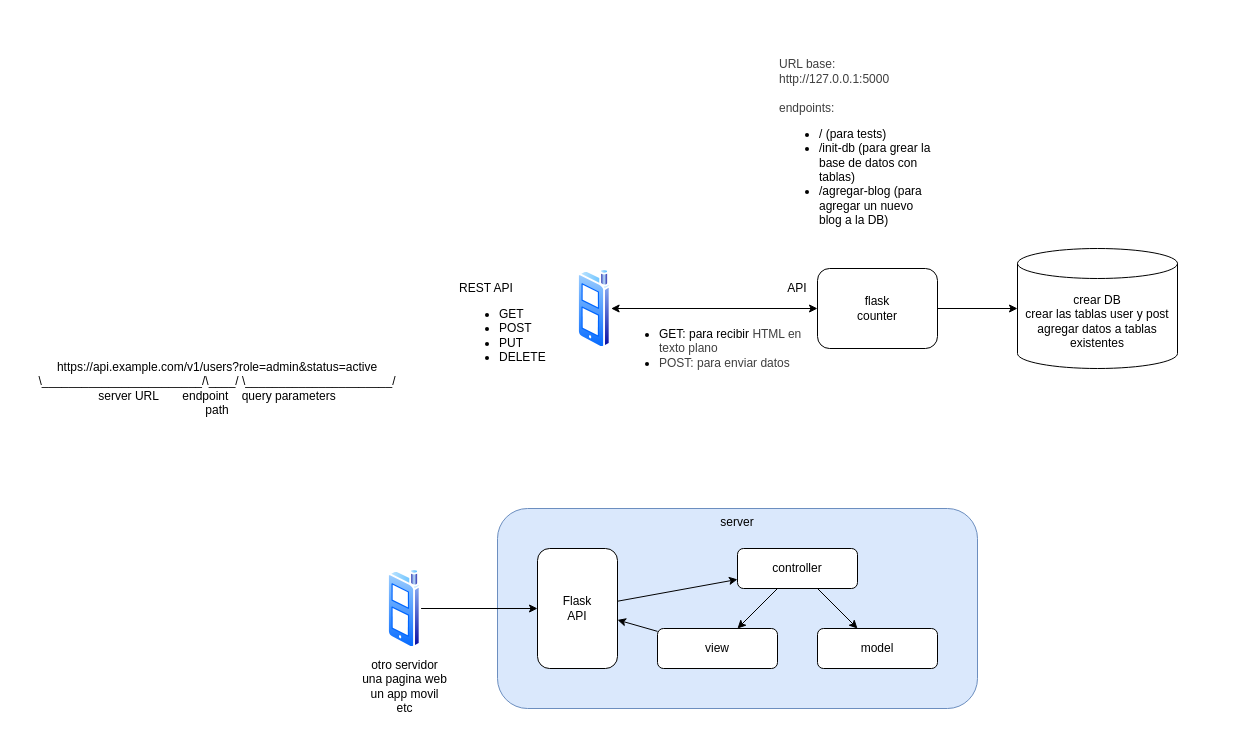
The draw.io diagram diagram.dio in josueelias9/cibertec-clase, before the edit. Source tidied: cells renumbered, new cells numbered last; positions are measured from the earlier drawing's top-left corner, leaving out a move shared by most shapes. Both pictures are drawn from the tidied source at 100%, with x=0, y=0 at pixel (17, 68).
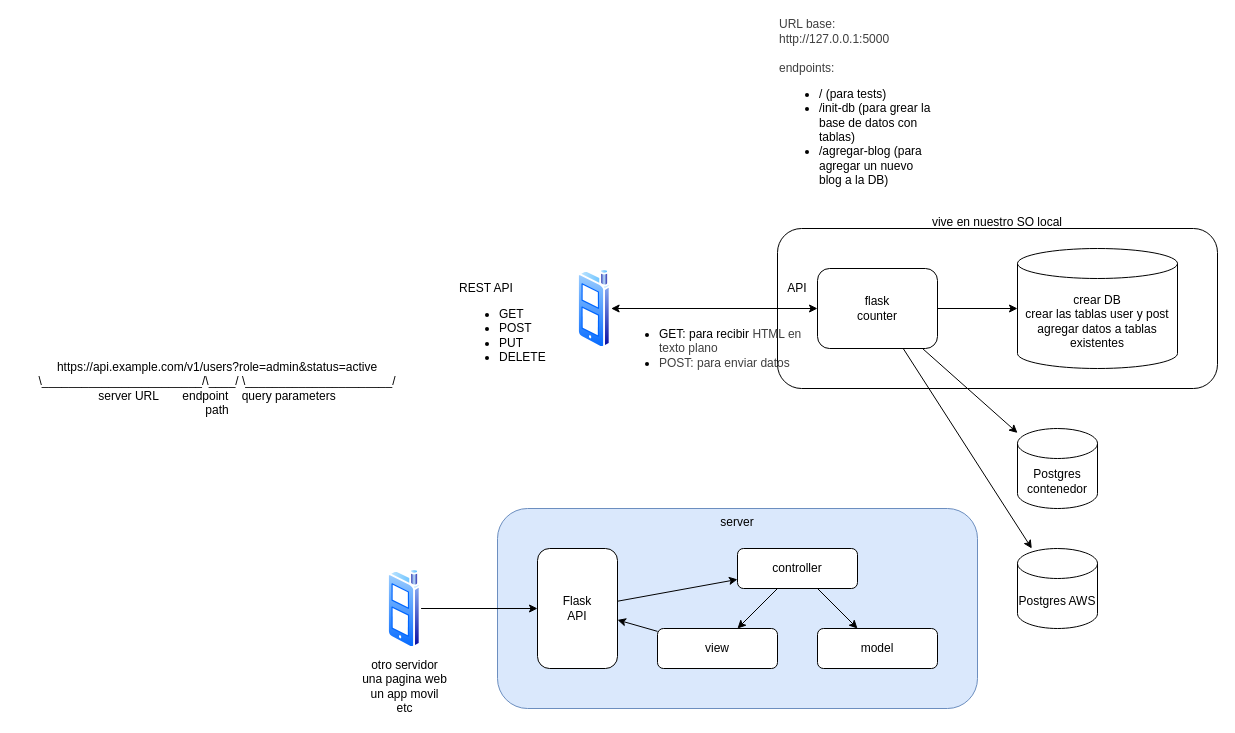
After the change.

The change refers to these unchanged cells:
```xml
<mxCell id="4" value="flask&lt;div&gt;counter&lt;/div&gt;" style="rounded=1;whiteSpace=wrap;html=1;" parent="1" vertex="1">
  <mxGeometry x="800" y="200" width="120" height="80" as="geometry" />
</mxCell>
```

What changed in the source:
```diff
@@
+    <mxCell id="23" value="vive en nuestro SO local&lt;div&gt;&lt;br&gt;&lt;/div&gt;&lt;div&gt;&lt;br&gt;&lt;/div&gt;&lt;div&gt;&lt;br&gt;&lt;/div&gt;&lt;div&gt;&lt;br&gt;&lt;/div&gt;&lt;div&gt;&lt;br&gt;&lt;/div&gt;&lt;div&gt;&lt;br&gt;&lt;/div&gt;&lt;div&gt;&lt;br&gt;&lt;/div&gt;&lt;div&gt;&lt;br&gt;&lt;/div&gt;&lt;div&gt;&lt;br&gt;&lt;/div&gt;&lt;div&gt;&lt;br&gt;&lt;/div&gt;&lt;div&gt;&lt;br&gt;&lt;/div&gt;&lt;div&gt;&lt;br&gt;&lt;/div&gt;" style="rounded=1;whiteSpace=wrap;html=1;fillColor=none;" parent="1" vertex="1">
+      <mxGeometry x="760" y="160" width="440" height="160" as="geometry" />
+    </mxCell>
@@
+    <mxCell id="24" style="edgeStyle=none;html=1;" parent="1" edge="1" source="4" target="26">
+      <mxGeometry relative="1" as="geometry" />
+    </mxCell>
+    <mxCell id="25" style="edgeStyle=none;html=1;" parent="1" edge="1" source="4" target="27">
+      <mxGeometry relative="1" as="geometry" />
+    </mxCell>
@@
     <mxCell id="17" value="&lt;div&gt;&lt;span style=&quot;color: rgb(63, 63, 63); background-color: transparent;&quot;&gt;URL base:&lt;/span&gt;&lt;/div&gt;&lt;div&gt;&lt;span style=&quot;background-color: transparent; color: rgb(63, 63, 63);&quot;&gt;http://127.0.0.1:5000&lt;/span&gt;&lt;/div&gt;&lt;div&gt;&lt;span style=&quot;background-color: transparent; color: rgb(63, 63, 63);&quot;&gt;&lt;br&gt;&lt;/span&gt;&lt;/div&gt;&lt;span style=&quot;color: rgb(63, 63, 63); background-color: transparent;&quot;&gt;endpoints:&lt;/span&gt;&lt;br&gt;&lt;ul&gt;&lt;li&gt;/ (para tests)&lt;/li&gt;&lt;li&gt;/init-db (para grear la base de datos con tablas)&lt;br&gt;&lt;/li&gt;&lt;li&gt;/agregar-blog (para agregar un nuevo blog a la DB)&lt;/li&gt;&lt;/ul&gt;" style="text;html=1;align=left;verticalAlign=middle;whiteSpace=wrap;rounded=0;" parent="1" vertex="1">
-      <mxGeometry x="760" width="160" height="160" as="geometry" />
+      <mxGeometry x="760" y="-40" width="160" height="160" as="geometry" />
     </mxCell>
@@
+    <mxCell id="26" value="Postgres AWS" style="shape=cylinder3;whiteSpace=wrap;html=1;boundedLbl=1;backgroundOutline=1;size=15;" parent="1" vertex="1">
+      <mxGeometry x="1000" y="480" width="80" height="80" as="geometry" />
+    </mxCell>
+    <mxCell id="27" value="Postgres contenedor" style="shape=cylinder3;whiteSpace=wrap;html=1;boundedLbl=1;backgroundOutline=1;size=15;" parent="1" vertex="1">
+      <mxGeometry x="1000" y="360" width="80" height="80" as="geometry" />
+    </mxCell>
```
